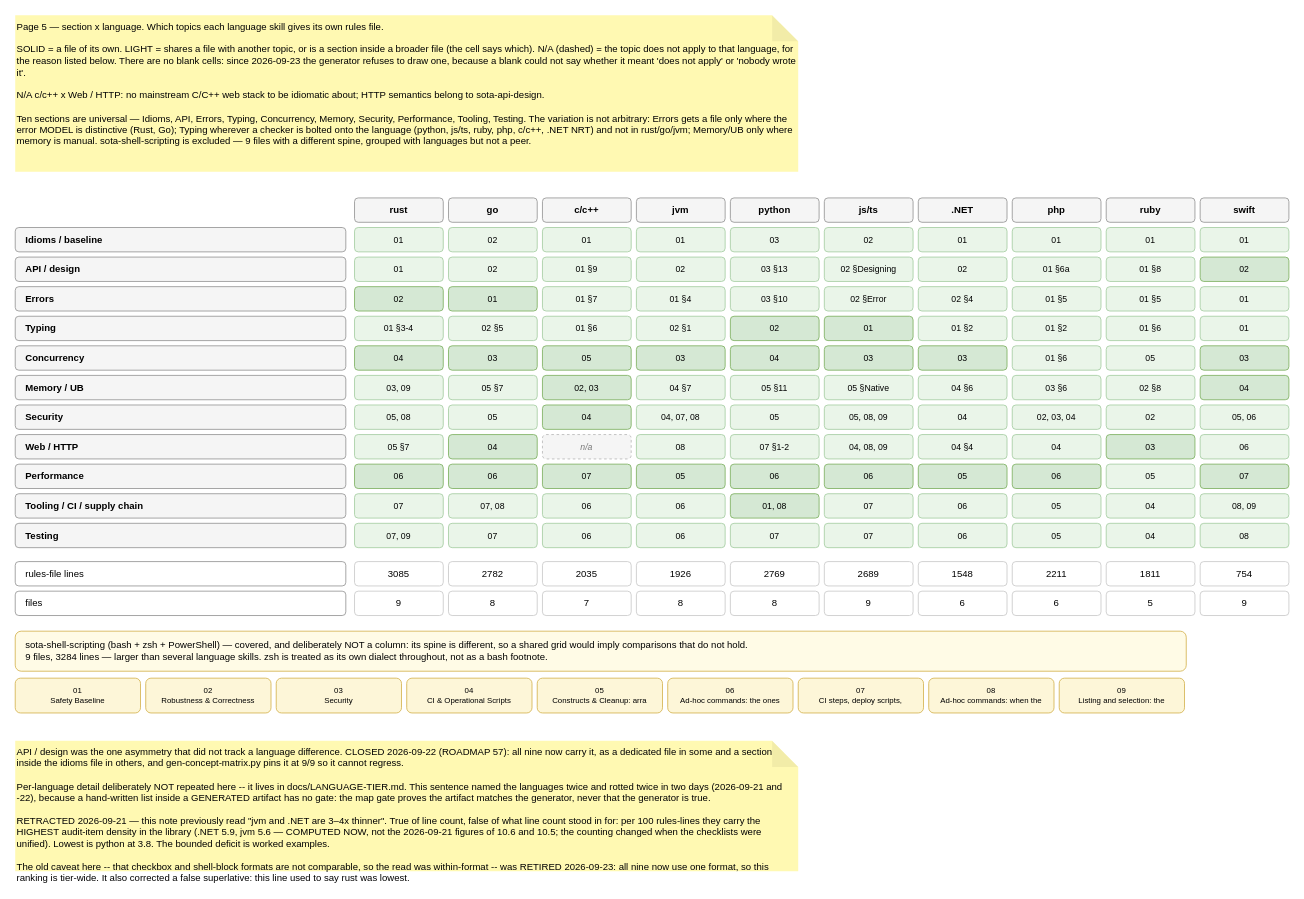
Above: page "5 · Section x language" (5 of 8) of docs/skill-map.drawio in martinholovsky/SOTA-skills (draw.io), before the change. Source tidied: cells renumbered, new cells numbered last; positions are measured from the earlier drawing's top-left corner, leaving out a move shared by most shapes. Both pictures are drawn from the tidied source at 87%, with x=0, y=0 at pixel (15, 15).
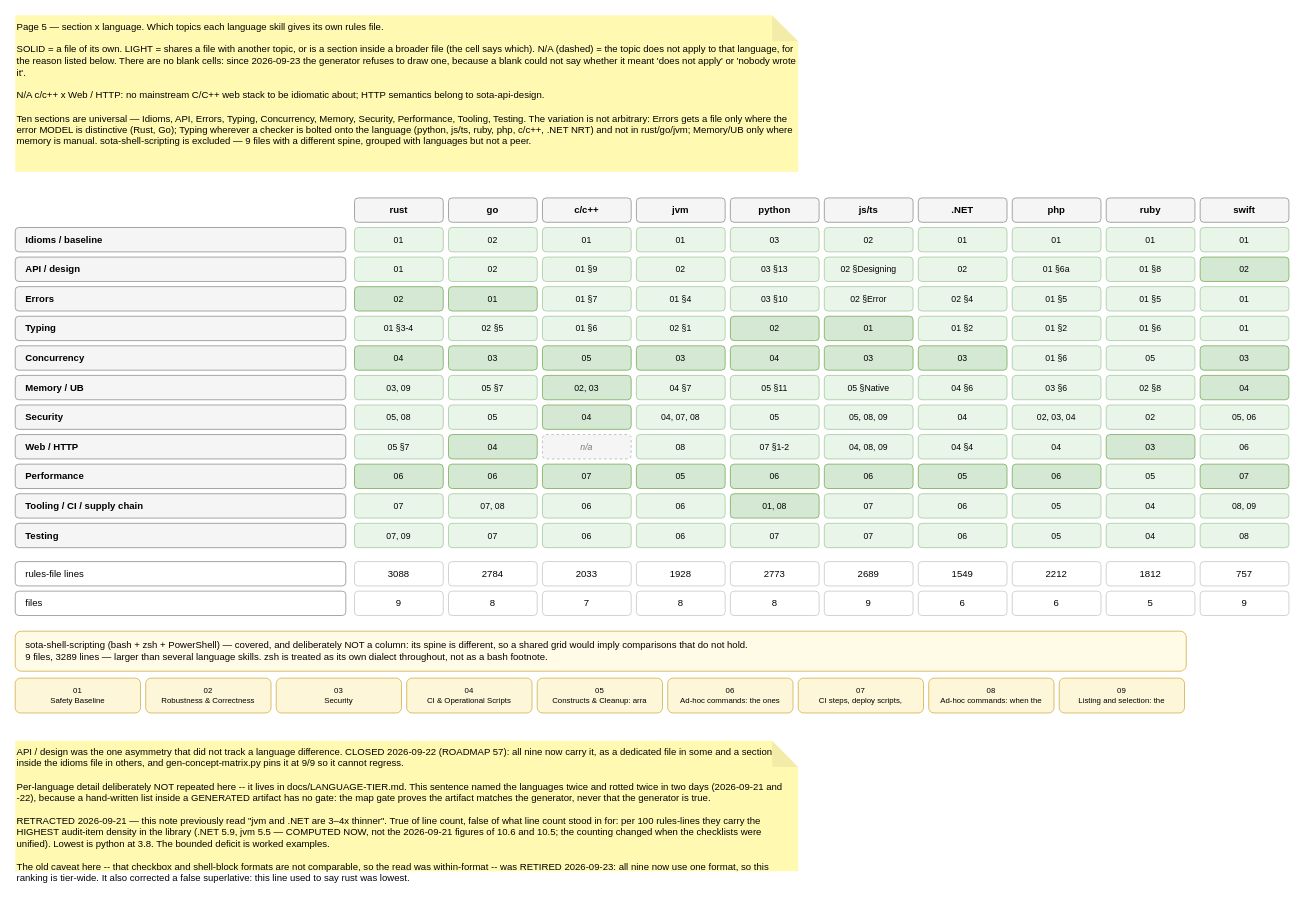
After the change.

Change to the diagram source:
```diff
@@
-    <mxCell id="135" value="3085" style="rounded=1;whiteSpace=wrap;html=1;fontSize=11;fillColor=#ffffff;strokeColor=#cccccc;fontSize=11;" parent="1" vertex="1">
+    <mxCell id="135" value="3088" style="rounded=1;whiteSpace=wrap;html=1;fontSize=11;fillColor=#ffffff;strokeColor=#cccccc;fontSize=11;" parent="1" vertex="1">
       <mxGeometry x="390" y="628" width="102" height="28" as="geometry" />
     </mxCell>
-    <mxCell id="136" value="2782" style="rounded=1;whiteSpace=wrap;html=1;fontSize=11;fillColor=#ffffff;strokeColor=#cccccc;fontSize=11;" parent="1" vertex="1">
+    <mxCell id="136" value="2784" style="rounded=1;whiteSpace=wrap;html=1;fontSize=11;fillColor=#ffffff;strokeColor=#cccccc;fontSize=11;" parent="1" vertex="1">
       <mxGeometry x="498" y="628" width="102" height="28" as="geometry" />
     </mxCell>
-    <mxCell id="137" value="2035" style="rounded=1;whiteSpace=wrap;html=1;fontSize=11;fillColor=#ffffff;strokeColor=#cccccc;fontSize=11;" parent="1" vertex="1">
+    <mxCell id="137" value="2033" style="rounded=1;whiteSpace=wrap;html=1;fontSize=11;fillColor=#ffffff;strokeColor=#cccccc;fontSize=11;" parent="1" vertex="1">
       <mxGeometry x="606" y="628" width="102" height="28" as="geometry" />
     </mxCell>
-    <mxCell id="138" value="1926" style="rounded=1;whiteSpace=wrap;html=1;fontSize=11;fillColor=#ffffff;strokeColor=#cccccc;fontSize=11;" parent="1" vertex="1">
+    <mxCell id="138" value="1928" style="rounded=1;whiteSpace=wrap;html=1;fontSize=11;fillColor=#ffffff;strokeColor=#cccccc;fontSize=11;" parent="1" vertex="1">
       <mxGeometry x="714" y="628" width="102" height="28" as="geometry" />
     </mxCell>
-    <mxCell id="139" value="2769" style="rounded=1;whiteSpace=wrap;html=1;fontSize=11;fillColor=#ffffff;strokeColor=#cccccc;fontSize=11;" parent="1" vertex="1">
+    <mxCell id="139" value="2773" style="rounded=1;whiteSpace=wrap;html=1;fontSize=11;fillColor=#ffffff;strokeColor=#cccccc;fontSize=11;" parent="1" vertex="1">
       <mxGeometry x="822" y="628" width="102" height="28" as="geometry" />
     </mxCell>
@@
-    <mxCell id="141" value="1548" style="rounded=1;whiteSpace=wrap;html=1;fontSize=11;fillColor=#ffffff;strokeColor=#cccccc;fontSize=11;" parent="1" vertex="1">
+    <mxCell id="141" value="1549" style="rounded=1;whiteSpace=wrap;html=1;fontSize=11;fillColor=#ffffff;strokeColor=#cccccc;fontSize=11;" parent="1" vertex="1">
       <mxGeometry x="1038" y="628" width="102" height="28" as="geometry" />
     </mxCell>
-    <mxCell id="142" value="2211" style="rounded=1;whiteSpace=wrap;html=1;fontSize=11;fillColor=#ffffff;strokeColor=#cccccc;fontSize=11;" parent="1" vertex="1">
+    <mxCell id="142" value="2212" style="rounded=1;whiteSpace=wrap;html=1;fontSize=11;fillColor=#ffffff;strokeColor=#cccccc;fontSize=11;" parent="1" vertex="1">
       <mxGeometry x="1146" y="628" width="102" height="28" as="geometry" />
     </mxCell>
-    <mxCell id="143" value="1811" style="rounded=1;whiteSpace=wrap;html=1;fontSize=11;fillColor=#ffffff;strokeColor=#cccccc;fontSize=11;" parent="1" vertex="1">
+    <mxCell id="143" value="1812" style="rounded=1;whiteSpace=wrap;html=1;fontSize=11;fillColor=#ffffff;strokeColor=#cccccc;fontSize=11;" parent="1" vertex="1">
       <mxGeometry x="1254" y="628" width="102" height="28" as="geometry" />
     </mxCell>
-    <mxCell id="144" value="754" style="rounded=1;whiteSpace=wrap;html=1;fontSize=11;fillColor=#ffffff;strokeColor=#cccccc;fontSize=11;" parent="1" vertex="1">
+    <mxCell id="144" value="757" style="rounded=1;whiteSpace=wrap;html=1;fontSize=11;fillColor=#ffffff;strokeColor=#cccccc;fontSize=11;" parent="1" vertex="1">
       <mxGeometry x="1362" y="628" width="102" height="28" as="geometry" />
     </mxCell>
@@
-    <mxCell id="156" value="sota-shell-scripting (bash + zsh + PowerShell) — covered, and deliberately NOT a column: its spine is different, so a shared grid would imply comparisons that do not hold.&lt;br&gt;9 files, 3284 lines — larger than several language skills. zsh is treated as its own dialect throughout, not as a bash footnote." style="rounded=1;whiteSpace=wrap;html=1;fontSize=11;fillColor=#fffbe6;strokeColor=#d6b656;align=left;spacingLeft=10;verticalAlign=middle;fontSize=11;" parent="1" vertex="1">
+    <mxCell id="156" value="sota-shell-scripting (bash + zsh + PowerShell) — covered, and deliberately NOT a column: its spine is different, so a shared grid would imply comparisons that do not hold.&lt;br&gt;9 files, 3289 lines — larger than several language skills. zsh is treated as its own dialect throughout, not as a bash footnote." style="rounded=1;whiteSpace=wrap;html=1;fontSize=11;fillColor=#fffbe6;strokeColor=#d6b656;align=left;spacingLeft=10;verticalAlign=middle;fontSize=11;" parent="1" vertex="1">
       <mxGeometry y="708" width="1346" height="46" as="geometry" />
     </mxCell>
@@
-    <mxCell id="166" value="API / design was the one asymmetry that did not track a language difference. CLOSED 2026-09-22 (ROADMAP 57): all nine now carry it, as a dedicated file in some and a section inside the idioms file in others, and gen-concept-matrix.py pins it at 9/9 so it cannot regress.&lt;br&gt;&lt;br&gt;Per-language detail deliberately NOT repeated here -- it lives in docs/LANGUAGE-TIER.md. This sentence named the languages twice and rotted twice in two days (2026-09-21 and -22), because a hand-written list inside a GENERATED artifact has no gate: the map gate proves the artifact matches the generator, never that the generator is true.&lt;br&gt;&lt;br&gt;RETRACTED 2026-09-21 — this note previously read &quot;jvm and .NET are 3–4x thinner&quot;. True of line count, false of what line count stood in for: per 100 rules-lines they carry the HIGHEST audit-item density in the library (.NET 5.9, jvm 5.6 — COMPUTED NOW, not the 2026-09-21 figures of 10.6 and 10.5; the counting changed when the checklists were unified). Lowest is python at 3.8. The bounded deficit is worked examples.&lt;br&gt;&lt;br&gt;The old caveat here -- that checkbox and shell-block formats are not comparable, so the read was within-format -- was RETIRED 2026-09-23: all nine now use one format, so this ranking is tier-wide. It also corrected a false superlative: this line used to say rust was lowest." style="shape=note;whiteSpace=wrap;html=1;backgroundOutline=1;darkOpacity=0.05;fillColor=#FFF9B2;strokeColor=none;fontSize=11;align=left;verticalAlign=top;" parent="1" vertex="1">
+    <mxCell id="166" value="API / design was the one asymmetry that did not track a language difference. CLOSED 2026-09-22 (ROADMAP 57): all nine now carry it, as a dedicated file in some and a section inside the idioms file in others, and gen-concept-matrix.py pins it at 9/9 so it cannot regress.&lt;br&gt;&lt;br&gt;Per-language detail deliberately NOT repeated here -- it lives in docs/LANGUAGE-TIER.md. This sentence named the languages twice and rotted twice in two days (2026-09-21 and -22), because a hand-written list inside a GENERATED artifact has no gate: the map gate proves the artifact matches the generator, never that the generator is true.&lt;br&gt;&lt;br&gt;RETRACTED 2026-09-21 — this note previously read &quot;jvm and .NET are 3–4x thinner&quot;. True of line count, false of what line count stood in for: per 100 rules-lines they carry the HIGHEST audit-item density in the library (.NET 5.9, jvm 5.5 — COMPUTED NOW, not the 2026-09-21 figures of 10.6 and 10.5; the counting changed when the checklists were unified). Lowest is python at 3.8. The bounded deficit is worked examples.&lt;br&gt;&lt;br&gt;The old caveat here -- that checkbox and shell-block formats are not comparable, so the read was within-format -- was RETIRED 2026-09-23: all nine now use one format, so this ranking is tier-wide. It also corrected a false superlative: this line used to say rust was lowest." style="shape=note;whiteSpace=wrap;html=1;backgroundOutline=1;darkOpacity=0.05;fillColor=#FFF9B2;strokeColor=none;fontSize=11;align=left;verticalAlign=top;" parent="1" vertex="1">
       <mxGeometry y="834" width="900" height="150" as="geometry" />
     </mxCell>
```
